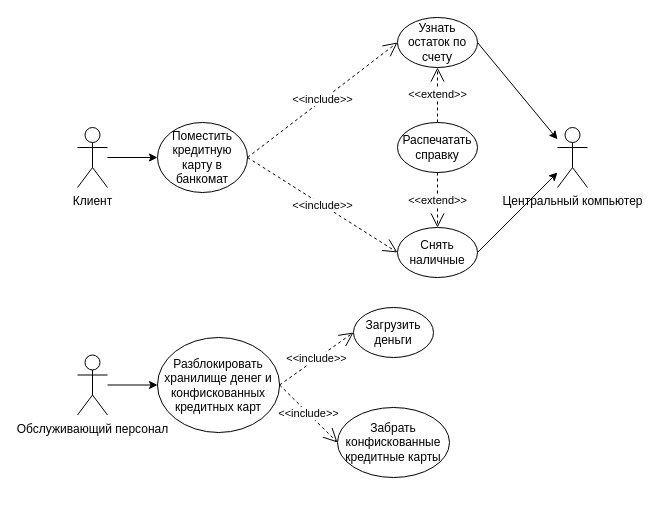
KvoERR/pnrpu-3rd-year keeps this draw.io diagram as проектирование/Банкомат/Работа с банкоматом.drawio. Above is the earlier version. Source tidied: cells renumbered, new cells numbered last; positions are measured from the earlier drawing's top-left corner, leaving out a move shared by most shapes. Both pictures are drawn from the tidied source at 100%, with x=0, y=0 at pixel (77, 17).
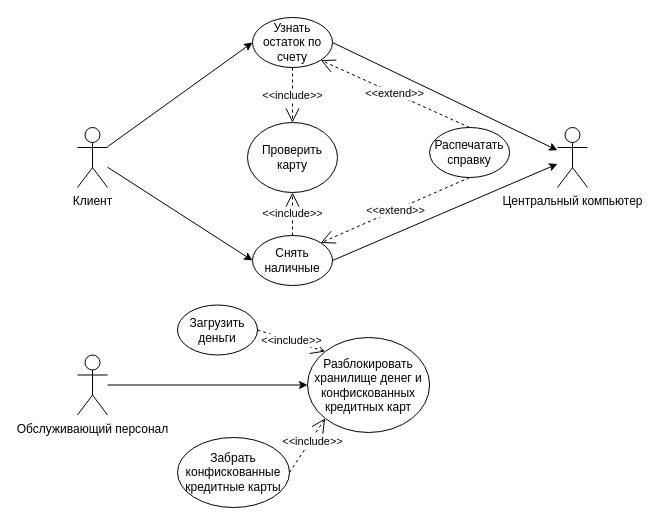
The same diagram, later.

Unchanged cells that the change refers to:
```xml
<mxCell id="2" value="Клиент" style="shape=umlActor;verticalLabelPosition=bottom;verticalAlign=top;html=1;outlineConnect=0;" parent="1" vertex="1">
  <mxGeometry y="110" width="30" height="60" as="geometry" />
</mxCell>
```

What changed in the source:
```diff
@@
     <mxCell id="3" value="Снять наличные" style="ellipse;whiteSpace=wrap;html=1;" parent="1" vertex="1">
-      <mxGeometry x="320" y="210" width="80" height="50" as="geometry" />
+      <mxGeometry x="175" y="218" width="80" height="50" as="geometry" />
     </mxCell>
     <mxCell id="4" value="Узнать остаток по счету" style="ellipse;whiteSpace=wrap;html=1;" parent="1" vertex="1">
-      <mxGeometry x="320" width="80" height="50" as="geometry" />
+      <mxGeometry x="175" width="80" height="50" as="geometry" />
     </mxCell>
-    <mxCell id="5" value="Поместить кредитную карту в банкомат" style="ellipse;whiteSpace=wrap;html=1;" parent="1" vertex="1">
-      <mxGeometry x="80" y="105" width="90" height="70" as="geometry" />
+    <mxCell id="5" value="Проверить карту" style="ellipse;whiteSpace=wrap;html=1;" parent="1" vertex="1">
+      <mxGeometry x="170" y="105" width="90" height="70" as="geometry" />
     </mxCell>
-    <mxCell id="6" style="endArrow=classic;html=1;rounded=0;entryX=0;entryY=0.5;entryDx=0;entryDy=0;" parent="1" edge="1" source="2" target="5">
-      <mxGeometry relative="1" as="geometry" />
-    </mxCell>
-    <mxCell id="7" value="&amp;lt;&amp;lt;include&amp;gt;&amp;gt;" style="endArrow=open;endSize=12;dashed=1;html=1;rounded=0;entryX=0;entryY=0.5;entryDx=0;entryDy=0;exitX=1;exitY=0.5;exitDx=0;exitDy=0;" parent="1" edge="1" source="5" target="4">
-      <mxGeometry relative="1" as="geometry" />
-    </mxCell>
-    <mxCell id="8" value="&amp;lt;&amp;lt;include&amp;gt;&amp;gt;" style="endArrow=open;endSize=12;dashed=1;html=1;rounded=0;entryX=0;entryY=0.5;entryDx=0;entryDy=0;exitX=1;exitY=0.5;exitDx=0;exitDy=0;" parent="1" edge="1" source="5" target="3">
-      <mxGeometry relative="1" as="geometry" />
-    </mxCell>
@@
     <mxCell id="12" value="Распечатать справку" style="ellipse;whiteSpace=wrap;html=1;" parent="1" vertex="1">
-      <mxGeometry x="320" y="105" width="80" height="50" as="geometry" />
+      <mxGeometry x="352.1" y="110" width="80" height="50" as="geometry" />
     </mxCell>
-    <mxCell id="13" value="&amp;lt;&amp;lt;extend&amp;gt;&amp;gt;" style="endArrow=open;endSize=12;dashed=1;html=1;rounded=0;entryX=0.5;entryY=0;entryDx=0;entryDy=0;exitX=0.5;exitY=1;exitDx=0;exitDy=0;" parent="1" edge="1" source="12" target="3">
+    <mxCell id="13" value="&amp;lt;&amp;lt;extend&amp;gt;&amp;gt;" style="endArrow=open;endSize=12;dashed=1;html=1;rounded=0;entryX=1;entryY=0;entryDx=0;entryDy=0;exitX=0.5;exitY=1;exitDx=0;exitDy=0;" parent="1" edge="1" source="12" target="3">
       <mxGeometry relative="1" as="geometry" />
     </mxCell>
@@
     <mxCell id="16" value="Загрузить деньги" style="ellipse;whiteSpace=wrap;html=1;" parent="1" vertex="1">
-      <mxGeometry x="276" y="290" width="80" height="50" as="geometry" />
+      <mxGeometry x="100" y="287.5" width="80" height="50" as="geometry" />
     </mxCell>
     <mxCell id="17" value="Забрать конфискованные кредитные карты" style="ellipse;whiteSpace=wrap;html=1;" parent="1" vertex="1">
-      <mxGeometry x="260" y="390" width="112" height="70" as="geometry" />
+      <mxGeometry x="100" y="420" width="112" height="70" as="geometry" />
     </mxCell>
-    <mxCell id="18" value="&amp;lt;&amp;lt;extend&amp;gt;&amp;gt;" style="endArrow=open;endSize=12;dashed=1;html=1;rounded=0;entryX=0.5;entryY=1;entryDx=0;entryDy=0;exitX=0.5;exitY=0;exitDx=0;exitDy=0;" parent="1" edge="1" source="12" target="4">
+    <mxCell id="18" value="&amp;lt;&amp;lt;extend&amp;gt;&amp;gt;" style="endArrow=open;endSize=12;dashed=1;html=1;rounded=0;entryX=1;entryY=1;entryDx=0;entryDy=0;exitX=0.5;exitY=0;exitDx=0;exitDy=0;" parent="1" edge="1" source="12" target="4">
       <mxGeometry relative="1" as="geometry" />
     </mxCell>
     <mxCell id="19" value="Разблокировать хранилище денег и конфискованных кредитных карт" style="ellipse;whiteSpace=wrap;html=1;" parent="1" vertex="1">
-      <mxGeometry x="80" y="320" width="122.1" height="95" as="geometry" />
+      <mxGeometry x="230" y="320" width="122.1" height="95" as="geometry" />
     </mxCell>
-    <mxCell id="20" value="&amp;lt;&amp;lt;include&amp;gt;&amp;gt;" style="endArrow=open;endSize=12;dashed=1;html=1;rounded=0;entryX=0;entryY=0.5;entryDx=0;entryDy=0;exitX=1;exitY=0.5;exitDx=0;exitDy=0;" parent="1" edge="1" source="19" target="16">
+    <mxCell id="20" value="&amp;lt;&amp;lt;include&amp;gt;&amp;gt;" style="endArrow=open;endSize=12;dashed=1;html=1;rounded=0;exitX=1;exitY=0.5;exitDx=0;exitDy=0;entryX=0;entryY=0;entryDx=0;entryDy=0;" parent="1" edge="1" source="16" target="19">
       <mxGeometry relative="1" as="geometry" />
     </mxCell>
-    <mxCell id="21" value="&amp;lt;&amp;lt;include&amp;gt;&amp;gt;" style="endArrow=open;endSize=12;dashed=1;html=1;rounded=0;entryX=0;entryY=0.5;entryDx=0;entryDy=0;exitX=1;exitY=0.5;exitDx=0;exitDy=0;" parent="1" edge="1" source="19" target="17">
-      <mxGeometry relative="1" as="geometry" />
+    <mxCell id="21" value="&amp;lt;&amp;lt;include&amp;gt;&amp;gt;" style="endArrow=open;endSize=12;dashed=1;html=1;rounded=0;entryX=0;entryY=1;entryDx=0;entryDy=0;exitX=1;exitY=0.5;exitDx=0;exitDy=0;" parent="1" edge="1" source="17" target="19">
+      <mxGeometry x="0.19" y="-2" relative="1" as="geometry" />
     </mxCell>
+    <mxCell id="22" style="endArrow=classic;html=1;rounded=0;entryX=0;entryY=0.5;entryDx=0;entryDy=0;" parent="1" edge="1" source="2" target="4">
+      <mxGeometry relative="1" as="geometry" />
+    </mxCell>
+    <mxCell id="23" style="endArrow=classic;html=1;rounded=0;entryX=0;entryY=0.5;entryDx=0;entryDy=0;" parent="1" edge="1" source="2" target="3">
+      <mxGeometry relative="1" as="geometry" />
+    </mxCell>
+    <mxCell id="24" value="&amp;lt;&amp;lt;include&amp;gt;&amp;gt;" style="endArrow=open;endSize=12;dashed=1;html=1;rounded=0;exitX=0.5;exitY=1;exitDx=0;exitDy=0;" parent="1" edge="1" source="4" target="5">
+      <mxGeometry relative="1" as="geometry" />
+    </mxCell>
+    <mxCell id="25" value="&amp;lt;&amp;lt;include&amp;gt;&amp;gt;" style="endArrow=open;endSize=12;dashed=1;html=1;rounded=0;exitX=0.5;exitY=0;exitDx=0;exitDy=0;entryX=0.5;entryY=1;entryDx=0;entryDy=0;" parent="1" edge="1" source="3" target="5">
+      <mxGeometry relative="1" as="geometry" />
+    </mxCell>
```
